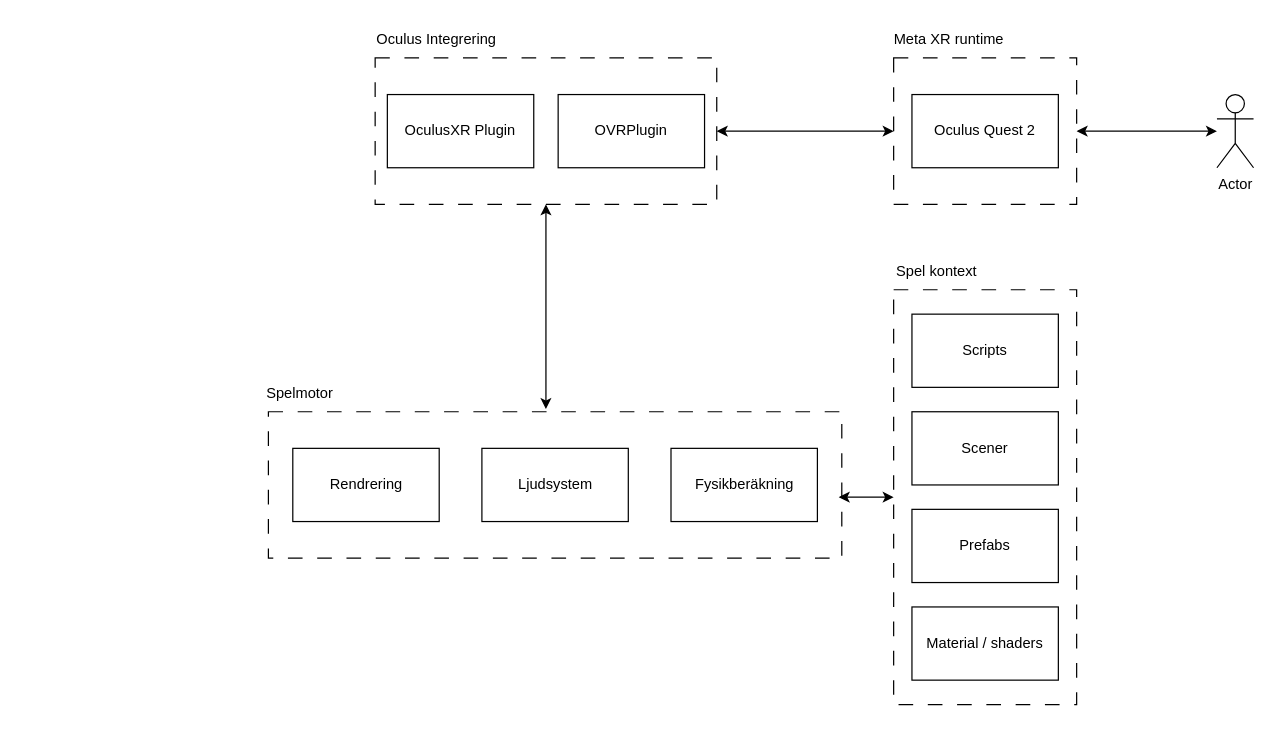
Above: Untitled Diagram.drawio in DaddyDelicious/drawIOgarbage (draw.io), before the change. Source tidied: cells renumbered, new cells numbered last; positions are measured from the earlier drawing's top-left corner, leaving out a move shared by most shapes. Both pictures are drawn from the tidied source at 122%, with x=0, y=0 at pixel (250, 21).
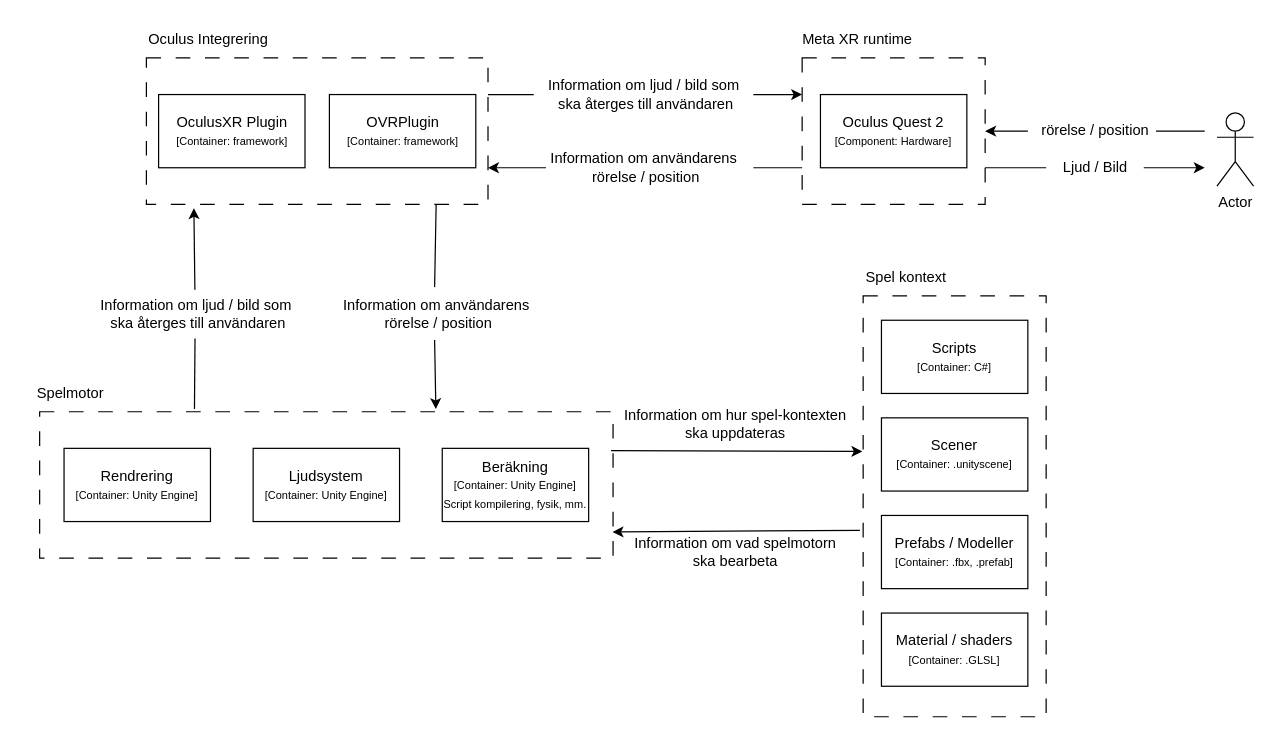
Above is the later version.

The edit, as a diff of the source:
```diff
@@
+    <mxCell id="10" style="rounded=0;whiteSpace=wrap;html=1;glass=0;fillColor=none;dashed=1;dashPattern=12 12;" parent="1" vertex="1">
+      <mxGeometry x="452" y="30" width="150" height="120" as="geometry" />
+    </mxCell>
     <mxCell id="2" style="rounded=0;whiteSpace=wrap;html=1;glass=0;fillColor=none;dashed=1;dashPattern=12 12;" parent="1" vertex="1">
-      <mxGeometry x="527" y="220" width="150" height="340" as="geometry" />
+      <mxGeometry x="502" y="225" width="150" height="345" as="geometry" />
     </mxCell>
     <mxCell id="3" style="rounded=0;whiteSpace=wrap;html=1;glass=0;fillColor=none;dashed=1;dashPattern=12 12;" parent="1" vertex="1">
-      <mxGeometry x="102" y="30" width="280" height="120" as="geometry" />
+      <mxGeometry x="-85.5" y="30" width="280" height="120" as="geometry" />
     </mxCell>
-    <mxCell id="4" value="Oculus Quest 2" style="rounded=0;whiteSpace=wrap;html=1;" parent="1" vertex="1">
-      <mxGeometry x="542" y="60" width="120" height="60" as="geometry" />
+    <mxCell id="4" value="Oculus Quest 2&lt;br&gt;&lt;font style=&quot;font-size: 9px;&quot;&gt;[Component: Hardware]&lt;/font&gt;" style="rounded=0;whiteSpace=wrap;html=1;" parent="1" vertex="1">
+      <mxGeometry x="467" y="60" width="120" height="60" as="geometry" />
     </mxCell>
-    <mxCell id="5" value="OculusXR Plugin" style="rounded=0;whiteSpace=wrap;html=1;" parent="1" vertex="1">
-      <mxGeometry x="112" y="60" width="120" height="60" as="geometry" />
+    <mxCell id="5" value="OculusXR Plugin&lt;br&gt;&lt;font style=&quot;font-size: 9px;&quot;&gt;[Container: framework]&lt;/font&gt;" style="rounded=0;whiteSpace=wrap;html=1;" parent="1" vertex="1">
+      <mxGeometry x="-75.5" y="60" width="120" height="60" as="geometry" />
     </mxCell>
-    <mxCell id="6" value="OVRPlugin" style="rounded=0;whiteSpace=wrap;html=1;" parent="1" vertex="1">
-      <mxGeometry x="252" y="60" width="120" height="60" as="geometry" />
+    <mxCell id="6" value="OVRPlugin&lt;br&gt;&lt;font style=&quot;font-size: 9px;&quot;&gt;[Container: framework]&lt;/font&gt;" style="rounded=0;whiteSpace=wrap;html=1;" parent="1" vertex="1">
+      <mxGeometry x="64.5" y="60" width="120" height="60" as="geometry" />
     </mxCell>
-    <mxCell id="7" value="Scener" style="rounded=0;whiteSpace=wrap;html=1;" parent="1" vertex="1">
-      <mxGeometry x="542" y="320" width="120" height="60" as="geometry" />
+    <mxCell id="7" value="Scener&lt;br&gt;&lt;font style=&quot;font-size: 9px;&quot;&gt;[Container: .unityscene]&lt;/font&gt;" style="rounded=0;whiteSpace=wrap;html=1;" parent="1" vertex="1">
+      <mxGeometry x="517" y="325" width="120" height="60" as="geometry" />
     </mxCell>
     <mxCell id="8" value="Oculus Integrering" style="text;html=1;align=center;verticalAlign=middle;strokeColor=none;fillColor=none;" parent="1" vertex="1">
-      <mxGeometry x="92" width="120" height="30" as="geometry" />
+      <mxGeometry x="-95.5" width="120" height="30" as="geometry" />
     </mxCell>
     <mxCell id="9" value="Meta XR runtime" style="text;html=1;align=center;verticalAlign=middle;strokeColor=none;fillColor=none;" parent="1" vertex="1">
-      <mxGeometry x="517" width="110" height="30" as="geometry" />
+      <mxGeometry x="442" width="110" height="30" as="geometry" />
     </mxCell>
-    <mxCell id="10" style="rounded=0;whiteSpace=wrap;html=1;glass=0;fillColor=none;dashed=1;dashPattern=12 12;" parent="1" vertex="1">
-      <mxGeometry x="527" y="30" width="150" height="120" as="geometry" />
-    </mxCell>
     <mxCell id="11" value="Actor" style="shape=umlActor;verticalLabelPosition=bottom;verticalAlign=top;html=1;outlineConnect=0;" parent="1" vertex="1">
-      <mxGeometry x="792" y="60" width="30" height="60" as="geometry" />
+      <mxGeometry x="792" y="75" width="30" height="60" as="geometry" />
     </mxCell>
-    <mxCell id="12" style="endArrow=classic;startArrow=classic;html=1;rounded=0;exitX=1;exitY=0.5;exitDx=0;exitDy=0;" parent="1" edge="1" source="10" target="11">
-      <mxGeometry relative="1" as="geometry" />
-    </mxCell>
-    <mxCell id="13" style="endArrow=classic;startArrow=classic;html=1;rounded=0;entryX=0;entryY=0.5;entryDx=0;entryDy=0;exitX=1;exitY=0.5;exitDx=0;exitDy=0;" parent="1" edge="1" source="3" target="10">
-      <mxGeometry relative="1" as="geometry" />
-    </mxCell>
     <mxCell id="14" style="rounded=0;whiteSpace=wrap;html=1;glass=0;fillColor=none;dashed=1;dashPattern=12 12;" parent="1" vertex="1">
-      <mxGeometry x="14.5" y="320" width="470" height="120" as="geometry" />
+      <mxGeometry x="-173" y="320" width="470" height="120" as="geometry" />
     </mxCell>
     <mxCell id="15" value="Spelmotor" style="text;html=1;align=center;verticalAlign=middle;strokeColor=none;fillColor=none;" parent="1" vertex="1">
-      <mxGeometry x="-0.5" y="290" width="80" height="30" as="geometry" />
+      <mxGeometry x="-188" y="290" width="80" height="30" as="geometry" />
     </mxCell>
-    <mxCell id="16" value="Rendrering" style="rounded=0;whiteSpace=wrap;html=1;" parent="1" vertex="1">
-      <mxGeometry x="34.5" y="350" width="120" height="60" as="geometry" />
+    <mxCell id="16" value="Rendrering&lt;br&gt;&lt;font style=&quot;font-size: 9px;&quot;&gt;[Container: Unity Engine]&lt;/font&gt;" style="rounded=0;whiteSpace=wrap;html=1;" parent="1" vertex="1">
+      <mxGeometry x="-153" y="350" width="120" height="60" as="geometry" />
     </mxCell>
-    <mxCell id="17" value="Ljudsystem" style="rounded=0;whiteSpace=wrap;html=1;" parent="1" vertex="1">
-      <mxGeometry x="189.5" y="350" width="120" height="60" as="geometry" />
+    <mxCell id="17" value="Ljudsystem&lt;br&gt;&lt;font style=&quot;font-size: 9px;&quot;&gt;[Container: Unity Engine]&lt;/font&gt;" style="rounded=0;whiteSpace=wrap;html=1;" parent="1" vertex="1">
+      <mxGeometry x="2" y="350" width="120" height="60" as="geometry" />
     </mxCell>
-    <mxCell id="18" value="Fysikberäkning" style="rounded=0;whiteSpace=wrap;html=1;" parent="1" vertex="1">
-      <mxGeometry x="344.5" y="350" width="120" height="60" as="geometry" />
+    <mxCell id="18" value="Beräkning&lt;br&gt;&lt;font style=&quot;font-size: 9px;&quot;&gt;[Container: Unity Engine]&lt;br&gt;Script kompilering, fysik, mm.&lt;br&gt;&lt;/font&gt;" style="rounded=0;whiteSpace=wrap;html=1;" parent="1" vertex="1">
+      <mxGeometry x="157" y="350" width="120" height="60" as="geometry" />
     </mxCell>
-    <mxCell id="19" value="Scripts" style="rounded=0;whiteSpace=wrap;html=1;" parent="1" vertex="1">
-      <mxGeometry x="542" y="240" width="120" height="60" as="geometry" />
+    <mxCell id="19" value="Scripts&lt;br&gt;&lt;font style=&quot;font-size: 9px;&quot;&gt;[Container: C#]&lt;/font&gt;" style="rounded=0;whiteSpace=wrap;html=1;" parent="1" vertex="1">
+      <mxGeometry x="517" y="245" width="120" height="60" as="geometry" />
     </mxCell>
-    <mxCell id="20" value="Prefabs" style="rounded=0;whiteSpace=wrap;html=1;" parent="1" vertex="1">
-      <mxGeometry x="542" y="400" width="120" height="60" as="geometry" />
+    <mxCell id="20" value="Prefabs / Modeller&lt;br&gt;&lt;font style=&quot;font-size: 9px;&quot;&gt;[Container: .fbx, .prefab]&lt;/font&gt;" style="rounded=0;whiteSpace=wrap;html=1;" parent="1" vertex="1">
+      <mxGeometry x="517" y="405" width="120" height="60" as="geometry" />
     </mxCell>
-    <mxCell id="21" value="Material / shaders" style="rounded=0;whiteSpace=wrap;html=1;" parent="1" vertex="1">
-      <mxGeometry x="542" y="480" width="120" height="60" as="geometry" />
+    <mxCell id="21" value="Material / shaders&lt;br&gt;&lt;font style=&quot;font-size: 9px;&quot;&gt;[Container: .GLSL]&lt;/font&gt;" style="rounded=0;whiteSpace=wrap;html=1;" parent="1" vertex="1">
+      <mxGeometry x="517" y="485" width="120" height="60" as="geometry" />
     </mxCell>
     <mxCell id="22" value="Spel kontext" style="text;html=1;align=center;verticalAlign=middle;strokeColor=none;fillColor=none;" parent="1" vertex="1">
-      <mxGeometry x="517" y="190" width="90" height="30" as="geometry" />
+      <mxGeometry x="492" y="195" width="90" height="30" as="geometry" />
     </mxCell>
-    <mxCell id="23" style="endArrow=classic;startArrow=classic;html=1;rounded=0;entryX=0.5;entryY=1;entryDx=0;entryDy=0;exitX=0.484;exitY=-0.018;exitDx=0;exitDy=0;exitPerimeter=0;" parent="1" edge="1" source="14" target="3">
-      <mxGeometry relative="1" as="geometry" />
-    </mxCell>
-    <mxCell id="24" style="endArrow=classic;startArrow=classic;html=1;rounded=0;entryX=0;entryY=0.5;entryDx=0;entryDy=0;" parent="1" edge="1" target="2">
-      <mxGeometry relative="1" as="geometry">
-        <mxPoint x="482" y="390" as="sourcePoint" />
-      </mxGeometry>
-    </mxCell>
+    <mxCell id="25" style="endArrow=classic;html=1;rounded=0;exitX=0.016;exitY=1.046;exitDx=0;exitDy=0;exitPerimeter=0;entryX=0.997;entryY=1.063;entryDx=0;entryDy=0;entryPerimeter=0;" parent="1" edge="1" source="26" target="26">
+      <mxGeometry relative="1" as="geometry" />
+    </mxCell>
+    <mxCell id="26" value="Information om hur spel-kontexten&lt;br&gt;ska uppdateras" style="text;html=1;align=center;verticalAlign=middle;points=[];strokeColor=none;fillColor=none;" parent="1" vertex="1">
+      <mxGeometry x="292" y="310" width="210" height="40" as="geometry" />
+    </mxCell>
+    <mxCell id="27" value="Information om vad spelmotorn&lt;br&gt;ska bearbeta" style="text;html=1;align=center;verticalAlign=middle;strokeColor=none;fillColor=none;" parent="1" vertex="1">
+      <mxGeometry x="302" y="415" width="190" height="40" as="geometry" />
+    </mxCell>
+    <mxCell id="28" style="endArrow=classic;html=1;rounded=0;exitX=-0.018;exitY=0.557;exitDx=0;exitDy=0;exitPerimeter=0;entryX=0.999;entryY=0.821;entryDx=0;entryDy=0;entryPerimeter=0;" parent="1" edge="1" source="2" target="14">
+      <mxGeometry relative="1" as="geometry" />
+    </mxCell>
+    <mxCell id="29" style="endArrow=classic;html=1;rounded=0;entryX=0.139;entryY=1.026;entryDx=0;entryDy=0;entryPerimeter=0;" parent="1" edge="1" source="30" target="3">
+      <mxGeometry relative="1" as="geometry" />
+    </mxCell>
+    <mxCell id="30" value="Information om ljud / bild som&lt;br&gt;&amp;nbsp;ska återges till användaren" style="text;html=1;align=center;verticalAlign=middle;points=[];strokeColor=none;fillColor=none;" parent="1" vertex="1">
+      <mxGeometry x="-135.5" y="220" width="180" height="40" as="geometry" />
+    </mxCell>
+    <mxCell id="31" style="endArrow=none;html=1;rounded=0;exitX=0.27;exitY=-0.018;exitDx=0;exitDy=0;exitPerimeter=0;" parent="1" edge="1" source="14" target="30">
+      <mxGeometry relative="1" as="geometry" />
+    </mxCell>
+    <mxCell id="32" value="Information om användarens&lt;br&gt;&amp;nbsp;rörelse / position" style="text;html=1;align=center;verticalAlign=middle;points=[];strokeColor=none;fillColor=none;" parent="1" vertex="1">
+      <mxGeometry x="62" y="220" width="180" height="40" as="geometry" />
+    </mxCell>
+    <mxCell id="33" style="endArrow=none;html=1;rounded=0;exitX=0.493;exitY=-0.054;exitDx=0;exitDy=0;exitPerimeter=0;" parent="1" edge="1" source="32">
+      <mxGeometry relative="1" as="geometry">
+        <mxPoint x="152" y="150" as="targetPoint" />
+      </mxGeometry>
+    </mxCell>
+    <mxCell id="34" style="endArrow=classic;html=1;rounded=0;entryX=0.691;entryY=-0.018;entryDx=0;entryDy=0;entryPerimeter=0;exitX=0.493;exitY=1.029;exitDx=0;exitDy=0;exitPerimeter=0;" parent="1" edge="1" source="32" target="14">
+      <mxGeometry relative="1" as="geometry" />
+    </mxCell>
+    <mxCell id="35" value="Information om användarens&lt;br&gt;&amp;nbsp;rörelse / position" style="text;html=1;align=center;verticalAlign=middle;strokeColor=none;fillColor=none;" parent="1" vertex="1">
+      <mxGeometry x="232" y="100" width="180" height="40" as="geometry" />
+    </mxCell>
+    <mxCell id="36" value="Information om ljud / bild som&lt;br&gt;&amp;nbsp;ska återges till användaren" style="text;html=1;align=center;verticalAlign=middle;points=[];strokeColor=none;fillColor=none;" parent="1" vertex="1">
+      <mxGeometry x="232" y="40" width="180" height="40" as="geometry" />
+    </mxCell>
+    <mxCell id="37" style="endArrow=none;html=1;rounded=0;exitX=1;exitY=0.25;exitDx=0;exitDy=0;" parent="1" edge="1" source="3" target="36">
+      <mxGeometry relative="1" as="geometry" />
+    </mxCell>
+    <mxCell id="38" style="endArrow=classic;html=1;rounded=0;" parent="1" edge="1" source="36">
+      <mxGeometry relative="1" as="geometry">
+        <mxPoint x="452" y="60" as="targetPoint" />
+      </mxGeometry>
+    </mxCell>
+    <mxCell id="39" style="endArrow=none;html=1;rounded=0;entryX=0;entryY=0.75;entryDx=0;entryDy=0;" parent="1" edge="1" target="10">
+      <mxGeometry relative="1" as="geometry">
+        <mxPoint x="412" y="120" as="sourcePoint" />
+      </mxGeometry>
+    </mxCell>
+    <mxCell id="40" style="endArrow=classic;html=1;rounded=0;entryX=1;entryY=0.75;entryDx=0;entryDy=0;" parent="1" edge="1" target="3">
+      <mxGeometry relative="1" as="geometry">
+        <mxPoint x="242" y="120" as="sourcePoint" />
+      </mxGeometry>
+    </mxCell>
+    <mxCell id="41" style="endArrow=classic;html=1;rounded=0;entryX=1;entryY=0.5;entryDx=0;entryDy=0;" parent="1" edge="1" source="42" target="10">
+      <mxGeometry relative="1" as="geometry" />
+    </mxCell>
+    <mxCell id="42" value="rörelse / position" style="text;html=1;align=center;verticalAlign=middle;points=[];strokeColor=none;fillColor=none;" parent="1" vertex="1">
+      <mxGeometry x="637" y="75" width="110" height="30" as="geometry" />
+    </mxCell>
+    <mxCell id="43" style="endArrow=none;html=1;rounded=0;" parent="1" edge="1">
+      <mxGeometry relative="1" as="geometry">
+        <mxPoint x="742" y="90" as="sourcePoint" />
+        <mxPoint x="782" y="90" as="targetPoint" />
+      </mxGeometry>
+    </mxCell>
+    <mxCell id="44" style="endArrow=classic;html=1;rounded=0;" parent="1" edge="1" source="45">
+      <mxGeometry relative="1" as="geometry">
+        <mxPoint x="782" y="120" as="targetPoint" />
+      </mxGeometry>
+    </mxCell>
+    <mxCell id="45" value="Ljud / Bild" style="text;html=1;align=center;verticalAlign=middle;points=[];strokeColor=none;fillColor=none;" parent="1" vertex="1">
+      <mxGeometry x="652" y="105" width="80" height="30" as="geometry" />
+    </mxCell>
+    <mxCell id="46" style="endArrow=none;html=1;rounded=0;exitX=1;exitY=0.75;exitDx=0;exitDy=0;" parent="1" edge="1" source="10">
+      <mxGeometry relative="1" as="geometry">
+        <mxPoint x="652" y="120" as="targetPoint" />
+      </mxGeometry>
+    </mxCell>
```
